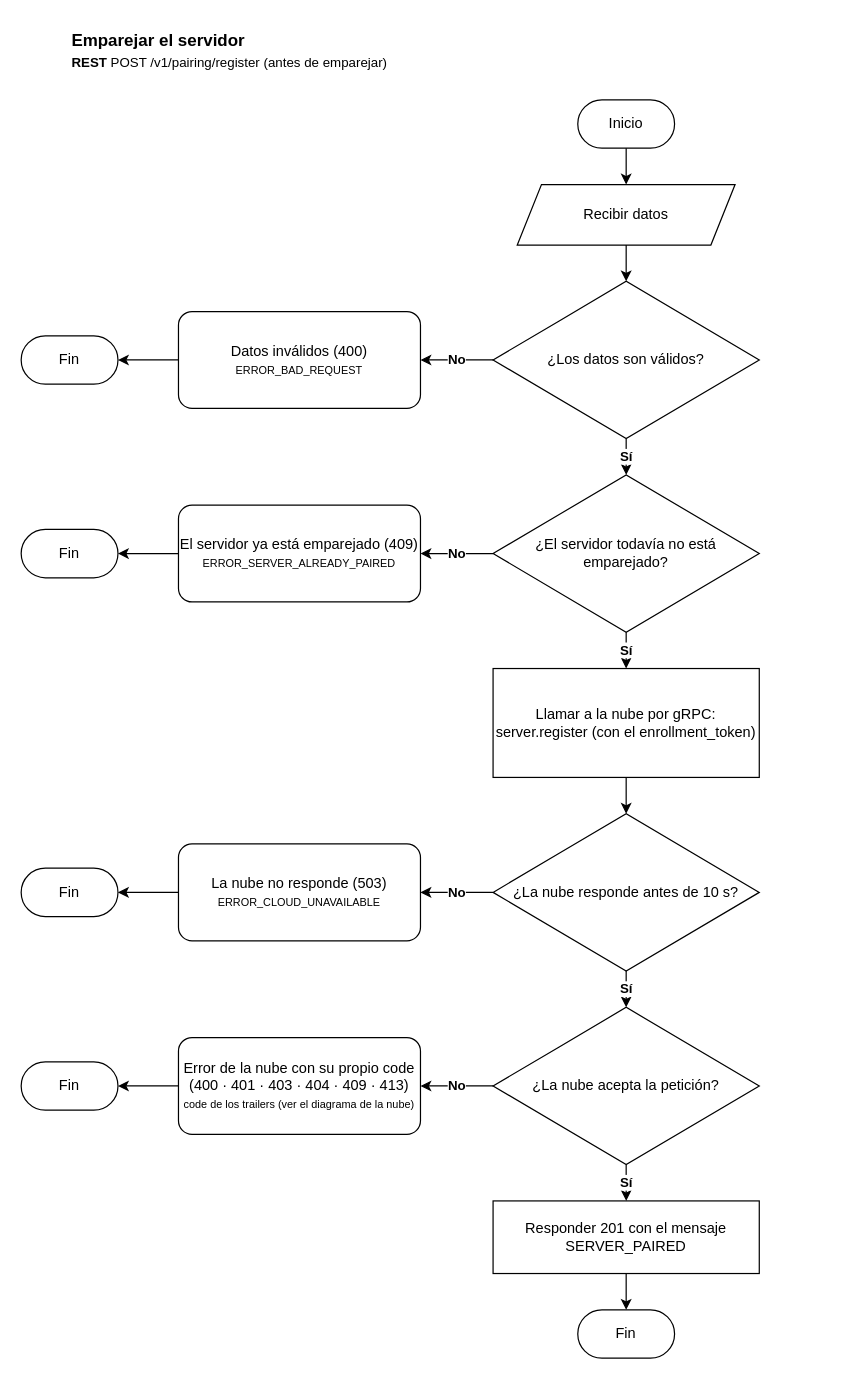
Andry510/miyabi-restaurant-server keeps this draw.io diagram as documents/diagrams/workflows/pairing/cloud/register.drawio. Above is the earlier version. Source tidied: cells renumbered, new cells numbered last; positions are measured from the earlier drawing's top-left corner, leaving out a move shared by most shapes. Both pictures are drawn from the tidied source at 121%, with x=0, y=0 at pixel (21, 21).
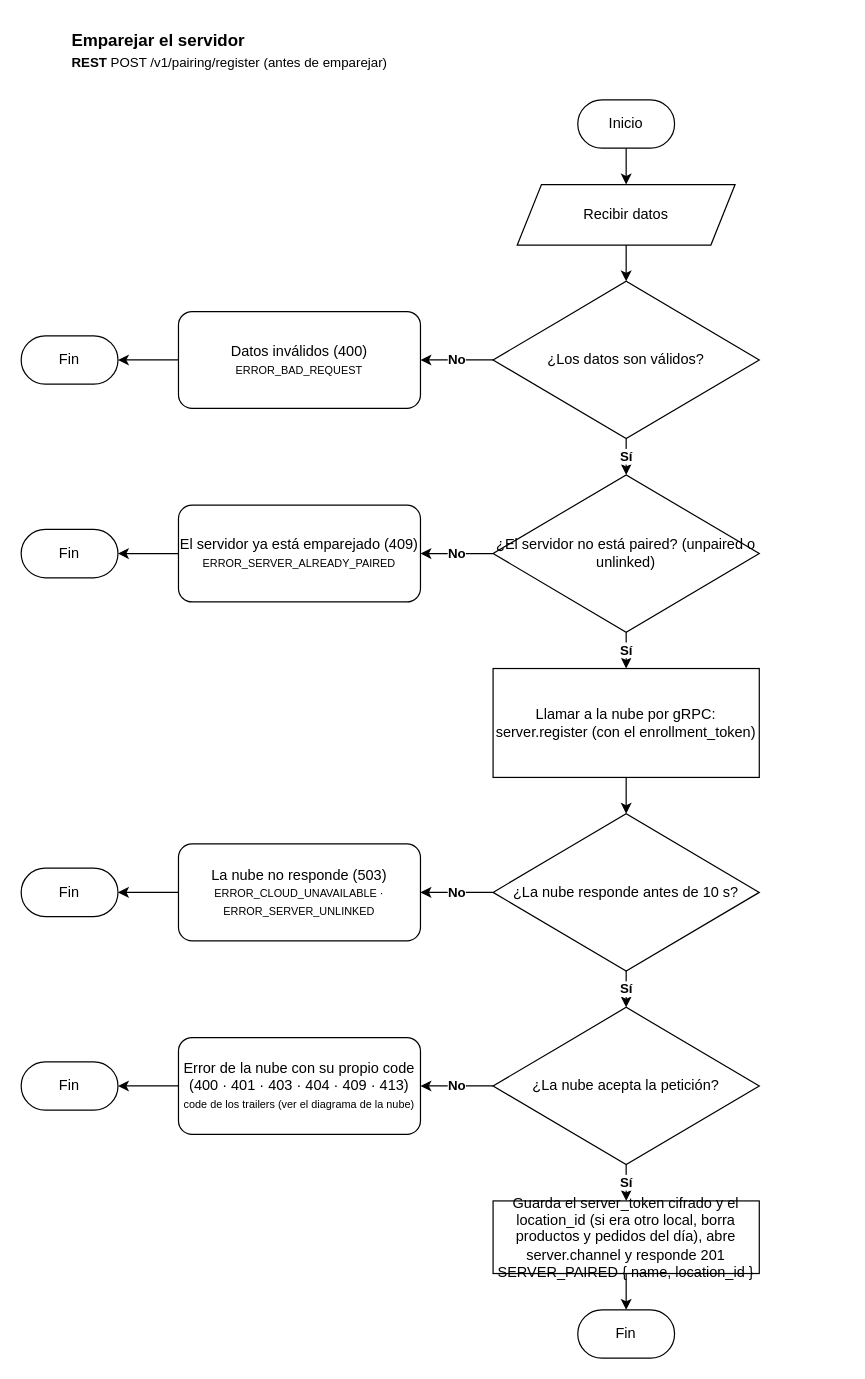
The same page after the edit.

Diff of the diagram source:
```diff
@@
-    <mxCell id="12" value="¿El servidor todavía no está emparejado?" style="rhombus;whiteSpace=wrap;html=1;rounded=1;arcSize=0;" parent="1" vertex="1">
+    <mxCell id="12" value="¿El servidor no está paired? (unpaired o unlinked)" style="rhombus;whiteSpace=wrap;html=1;rounded=1;arcSize=0;" parent="1" vertex="1">
       <mxGeometry x="390" y="375" width="220" height="130" as="geometry" />
     </mxCell>
@@
-    <mxCell id="22" value="La nube no responde (503)&lt;br&gt;&lt;font style=&quot;font-size: 9px;&quot;&gt;ERROR_CLOUD_UNAVAILABLE&lt;/font&gt;" style="rounded=1;whiteSpace=wrap;html=1;arcSize=14;" parent="1" vertex="1">
+    <mxCell id="22" value="La nube no responde (503)&lt;br&gt;&lt;font style=&quot;font-size: 9px;&quot;&gt;ERROR_CLOUD_UNAVAILABLE · ERROR_SERVER_UNLINKED&lt;/font&gt;" style="rounded=1;whiteSpace=wrap;html=1;arcSize=14;" parent="1" vertex="1">
       <mxGeometry x="130" y="680" width="200" height="80" as="geometry" />
     </mxCell>
@@
-    <mxCell id="32" value="Responder 201 con el mensaje SERVER_PAIRED" style="rounded=0;whiteSpace=wrap;html=1;" parent="1" vertex="1">
+    <mxCell id="32" value="Guarda el server_token cifrado y el location_id (si era otro local, borra productos y pedidos del día), abre server.channel y responde 201 SERVER_PAIRED { name, location_id }" style="rounded=0;whiteSpace=wrap;html=1;" parent="1" vertex="1">
       <mxGeometry x="390" y="975" width="220" height="60" as="geometry" />
     </mxCell>
```
